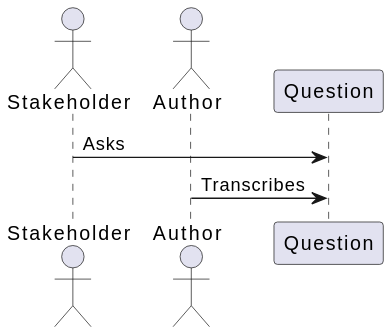
Before: docs/docs/diagrams/out/question.svg, a diagram exported from PlantUML (chronicleworks/chronicle). Source of this version:
```plantuml
@startuml
actor "Stakeholder"
actor "Author"

Stakeholder -> Question : Asks
Author -> Question : Transcribes
@enduml
```
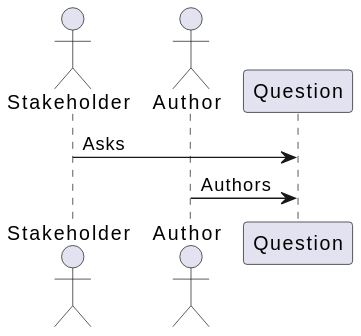
After the commit.

Diff of the diagram source:
```diff
@@ -3,5 +3,5 @@
 actor "Author"
 
 Stakeholder -> Question : Asks
-Author -> Question : Transcribes
+Author -> Question : Authors
 @enduml
```
